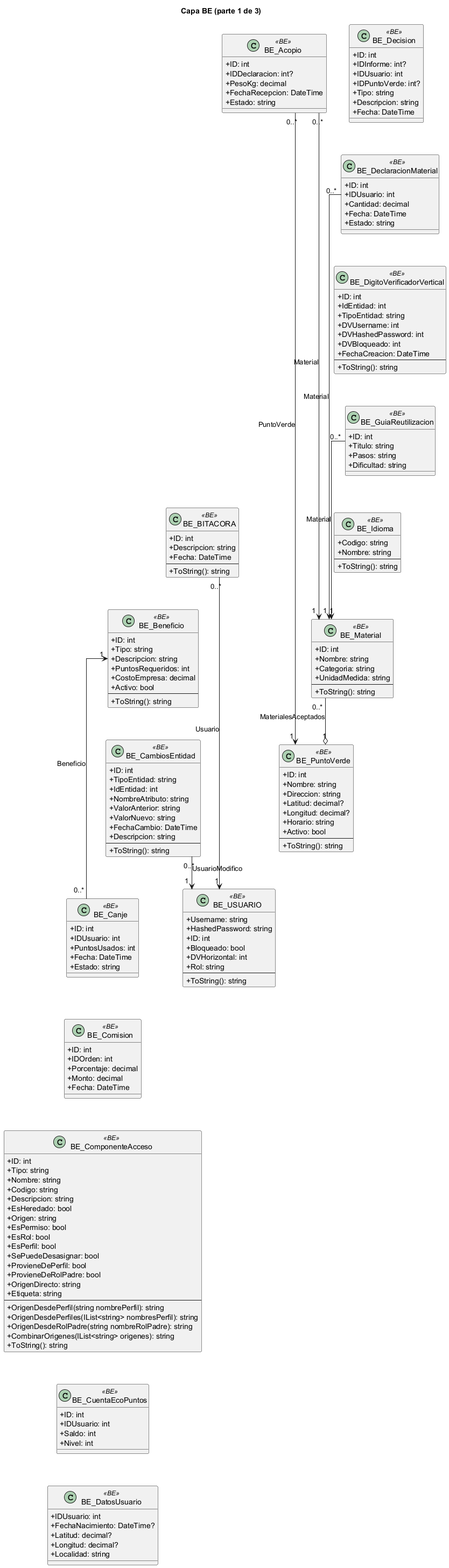
This is docs/diagramas/uml_png/class_general_1.png from L-Muniz/uai-diploma_2026, a PlantUML export, as it was before one commit. The source it was exported from:
```plantuml
@startuml
skinparam classAttributeIconSize 0
skinparam linetype ortho
title Capa BE (parte 1 de 3)
class "BE_Acopio" as BE_Acopio <<BE>> {
  +ID: int
  +IDDeclaracion: int?
  +PesoKg: decimal
  +FechaRecepcion: DateTime
  +Estado: string
}
class "BE_BITACORA" as BE_BITACORA <<BE>> {
  +ID: int
  +Descripcion: string
  +Fecha: DateTime
  --
  +ToString(): string
}
class "BE_Beneficio" as BE_Beneficio <<BE>> {
  +ID: int
  +Tipo: string
  +Descripcion: string
  +PuntosRequeridos: int
  +CostoEmpresa: decimal
  +Activo: bool
  --
  +ToString(): string
}
class "BE_CambiosEntidad" as BE_CambiosEntidad <<BE>> {
  +ID: int
  +TipoEntidad: string
  +IdEntidad: int
  +NombreAtributo: string
  +ValorAnterior: string
  +ValorNuevo: string
  +FechaCambio: DateTime
  +Descripcion: string
  --
  +ToString(): string
}
class "BE_Canje" as BE_Canje <<BE>> {
  +ID: int
  +IDUsuario: int
  +PuntosUsados: int
  +Fecha: DateTime
  +Estado: string
}
class "BE_Comision" as BE_Comision <<BE>> {
  +ID: int
  +IDOrden: int
  +Porcentaje: decimal
  +Monto: decimal
  +Fecha: DateTime
}
class "BE_ComponenteAcceso" as BE_ComponenteAcceso <<BE>> {
  +ID: int
  +Tipo: string
  +Nombre: string
  +Codigo: string
  +Descripcion: string
  +EsHeredado: bool
  +Origen: string
  +EsPermiso: bool
  +EsRol: bool
  +EsPerfil: bool
  +SePuedeDesasignar: bool
  +ProvieneDePerfil: bool
  +ProvieneDeRolPadre: bool
  +OrigenDirecto: string
  +Etiqueta: string
  --
  +OrigenDesdePerfil(string nombrePerfil): string
  +OrigenDesdePerfiles(IList<string> nombresPerfil): string
  +OrigenDesdeRolPadre(string nombreRolPadre): string
  +CombinarOrigenes(IList<string> origenes): string
  +ToString(): string
}
class "BE_CuentaEcoPuntos" as BE_CuentaEcoPuntos <<BE>> {
  +ID: int
  +IDUsuario: int
  +Saldo: int
  +Nivel: int
}
class "BE_DatosUsuario" as BE_DatosUsuario <<BE>> {
  +IDUsuario: int
  +FechaNacimiento: DateTime?
  +Latitud: decimal?
  +Longitud: decimal?
  +Localidad: string
}
class "BE_Decision" as BE_Decision <<BE>> {
  +ID: int
  +IDInforme: int?
  +IDUsuario: int
  +IDPuntoVerde: int?
  +Tipo: string
  +Descripcion: string
  +Fecha: DateTime
}
class "BE_DeclaracionMaterial" as BE_DeclaracionMaterial <<BE>> {
  +ID: int
  +IDUsuario: int
  +Cantidad: decimal
  +Fecha: DateTime
  +Estado: string
}
class "BE_DigitoVerificadorVertical" as BE_DigitoVerificadorVertical <<BE>> {
  +ID: int
  +IdEntidad: int
  +TipoEntidad: string
  +DVUsername: int
  +DVHashedPassword: int
  +DVBloqueado: int
  +FechaCreacion: DateTime
  --
  +ToString(): string
}
class "BE_GuiaReutilizacion" as BE_GuiaReutilizacion <<BE>> {
  +ID: int
  +Titulo: string
  +Pasos: string
  +Dificultad: string
}
class "BE_Idioma" as BE_Idioma <<BE>> {
  +Codigo: string
  +Nombre: string
  --
  +ToString(): string
}
class "BE_Material" as BE_Material <<BE>> {
  +ID: int
  +Nombre: string
  +Categoria: string
  +UnidadMedida: string
  --
  +ToString(): string
}
class "BE_PuntoVerde" as BE_PuntoVerde <<BE>> {
  +ID: int
  +Nombre: string
  +Direccion: string
  +Latitud: decimal?
  +Longitud: decimal?
  +Horario: string
  +Activo: bool
  --
  +ToString(): string
}
class "BE_USUARIO" as BE_USUARIO <<BE>> {
  +Username: string
  +HashedPassword: string
  +ID: int
  +Bloqueado: bool
  +DVHorizontal: int
  +Rol: string
  --
  +ToString(): string
}
BE_Acopio -[hidden]down- BE_BITACORA
BE_BITACORA -[hidden]down- BE_Beneficio
BE_Beneficio -[hidden]down- BE_CambiosEntidad
BE_CambiosEntidad -[hidden]down- BE_Canje
BE_Canje -[hidden]down- BE_Comision
BE_Comision -[hidden]down- BE_ComponenteAcceso
BE_ComponenteAcceso -[hidden]down- BE_CuentaEcoPuntos
BE_CuentaEcoPuntos -[hidden]down- BE_DatosUsuario
BE_Decision -[hidden]down- BE_DeclaracionMaterial
BE_DeclaracionMaterial -[hidden]down- BE_DigitoVerificadorVertical
BE_DigitoVerificadorVertical -[hidden]down- BE_GuiaReutilizacion
BE_GuiaReutilizacion -[hidden]down- BE_Idioma
BE_Idioma -[hidden]down- BE_Material
BE_Material -[hidden]down- BE_PuntoVerde
BE_PuntoVerde -[hidden]down- BE_USUARIO
BE_Acopio -[hidden]right- BE_Decision
BE_Acopio "0..*" --> "1" BE_PuntoVerde : PuntoVerde
BE_Acopio "0..*" --> "1" BE_Material : Material
BE_BITACORA "0..*" --> "1" BE_USUARIO : Usuario
BE_CambiosEntidad "0..*" --> "1" BE_USUARIO : UsuarioModifico
BE_Canje "0..*" --> "1" BE_Beneficio : Beneficio
BE_DeclaracionMaterial "0..*" --> "1" BE_Material : Material
BE_GuiaReutilizacion "0..*" --> "1" BE_Material : Material
BE_PuntoVerde "1" o-- "0..*" BE_Material : MaterialesAceptados
@enduml
```
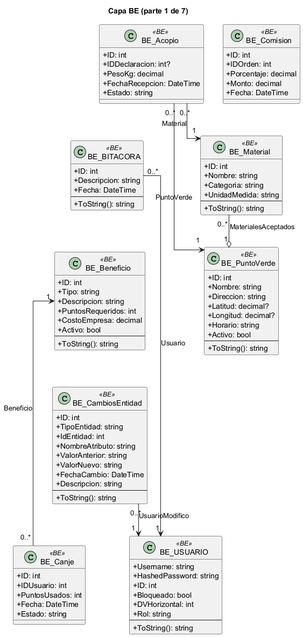
The same file after the commit.

Diff of the diagram source:
```diff
@@ -1,7 +1,7 @@
 @startuml
 skinparam classAttributeIconSize 0
 skinparam linetype ortho
-title Capa BE (parte 1 de 3)
+title Capa BE (parte 1 de 7)
 class "BE_Acopio" as BE_Acopio <<BE>> {
   +ID: int
   +IDDeclaracion: int?
@@ -52,81 +52,6 @@
   +Monto: decimal
   +Fecha: DateTime
 }
-class "BE_ComponenteAcceso" as BE_ComponenteAcceso <<BE>> {
-  +ID: int
-  +Tipo: string
-  +Nombre: string
-  +Codigo: string
-  +Descripcion: string
-  +EsHeredado: bool
-  +Origen: string
-  +EsPermiso: bool
-  +EsRol: bool
-  +EsPerfil: bool
-  +SePuedeDesasignar: bool
-  +ProvieneDePerfil: bool
-  +ProvieneDeRolPadre: bool
-  +OrigenDirecto: string
-  +Etiqueta: string
-  --
-  +OrigenDesdePerfil(string nombrePerfil): string
-  +OrigenDesdePerfiles(IList<string> nombresPerfil): string
-  +OrigenDesdeRolPadre(string nombreRolPadre): string
-  +CombinarOrigenes(IList<string> origenes): string
-  +ToString(): string
-}
-class "BE_CuentaEcoPuntos" as BE_CuentaEcoPuntos <<BE>> {
-  +ID: int
-  +IDUsuario: int
-  +Saldo: int
-  +Nivel: int
-}
-class "BE_DatosUsuario" as BE_DatosUsuario <<BE>> {
-  +IDUsuario: int
-  +FechaNacimiento: DateTime?
-  +Latitud: decimal?
-  +Longitud: decimal?
-  +Localidad: string
-}
-class "BE_Decision" as BE_Decision <<BE>> {
-  +ID: int
-  +IDInforme: int?
-  +IDUsuario: int
-  +IDPuntoVerde: int?
-  +Tipo: string
-  +Descripcion: string
-  +Fecha: DateTime
-}
-class "BE_DeclaracionMaterial" as BE_DeclaracionMaterial <<BE>> {
-  +ID: int
-  +IDUsuario: int
-  +Cantidad: decimal
-  +Fecha: DateTime
-  +Estado: string
-}
-class "BE_DigitoVerificadorVertical" as BE_DigitoVerificadorVertical <<BE>> {
-  +ID: int
-  +IdEntidad: int
-  +TipoEntidad: string
-  +DVUsername: int
-  +DVHashedPassword: int
-  +DVBloqueado: int
-  +FechaCreacion: DateTime
-  --
-  +ToString(): string
-}
-class "BE_GuiaReutilizacion" as BE_GuiaReutilizacion <<BE>> {
-  +ID: int
-  +Titulo: string
-  +Pasos: string
-  +Dificultad: string
-}
-class "BE_Idioma" as BE_Idioma <<BE>> {
-  +Codigo: string
-  +Nombre: string
-  --
-  +ToString(): string
-}
 class "BE_Material" as BE_Material <<BE>> {
   +ID: int
   +Nombre: string
@@ -160,24 +85,14 @@
 BE_BITACORA -[hidden]down- BE_Beneficio
 BE_Beneficio -[hidden]down- BE_CambiosEntidad
 BE_CambiosEntidad -[hidden]down- BE_Canje
-BE_Canje -[hidden]down- BE_Comision
-BE_Comision -[hidden]down- BE_ComponenteAcceso
-BE_ComponenteAcceso -[hidden]down- BE_CuentaEcoPuntos
-BE_CuentaEcoPuntos -[hidden]down- BE_DatosUsuario
-BE_Decision -[hidden]down- BE_DeclaracionMaterial
-BE_DeclaracionMaterial -[hidden]down- BE_DigitoVerificadorVertical
-BE_DigitoVerificadorVertical -[hidden]down- BE_GuiaReutilizacion
-BE_GuiaReutilizacion -[hidden]down- BE_Idioma
-BE_Idioma -[hidden]down- BE_Material
+BE_Comision -[hidden]down- BE_Material
 BE_Material -[hidden]down- BE_PuntoVerde
 BE_PuntoVerde -[hidden]down- BE_USUARIO
-BE_Acopio -[hidden]right- BE_Decision
+BE_Acopio -[hidden]right- BE_Comision
 BE_Acopio "0..*" --> "1" BE_PuntoVerde : PuntoVerde
 BE_Acopio "0..*" --> "1" BE_Material : Material
 BE_BITACORA "0..*" --> "1" BE_USUARIO : Usuario
 BE_CambiosEntidad "0..*" --> "1" BE_USUARIO : UsuarioModifico
 BE_Canje "0..*" --> "1" BE_Beneficio : Beneficio
-BE_DeclaracionMaterial "0..*" --> "1" BE_Material : Material
-BE_GuiaReutilizacion "0..*" --> "1" BE_Material : Material
 BE_PuntoVerde "1" o-- "0..*" BE_Material : MaterialesAceptados
 @enduml
```
